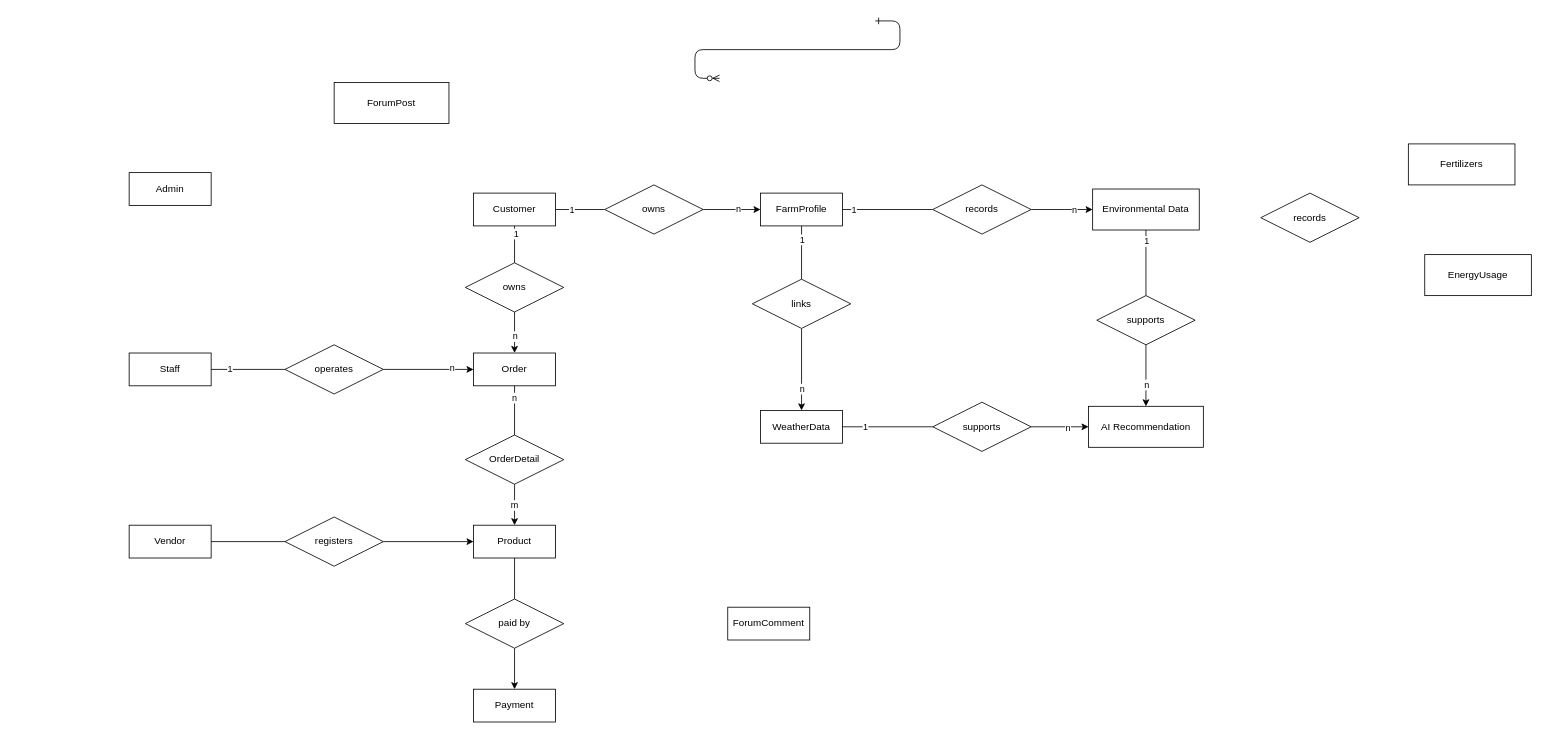
The draw.io diagram ERD_Verdant.drawio in VerdantTech-Solution/Documents, before the edit. Source tidied: cells renumbered, new cells numbered last; positions are measured from the earlier drawing's top-left corner, leaving out a move shared by most shapes. Both pictures are drawn from the tidied source at 82%, with x=0, y=0 at pixel (129, 20).
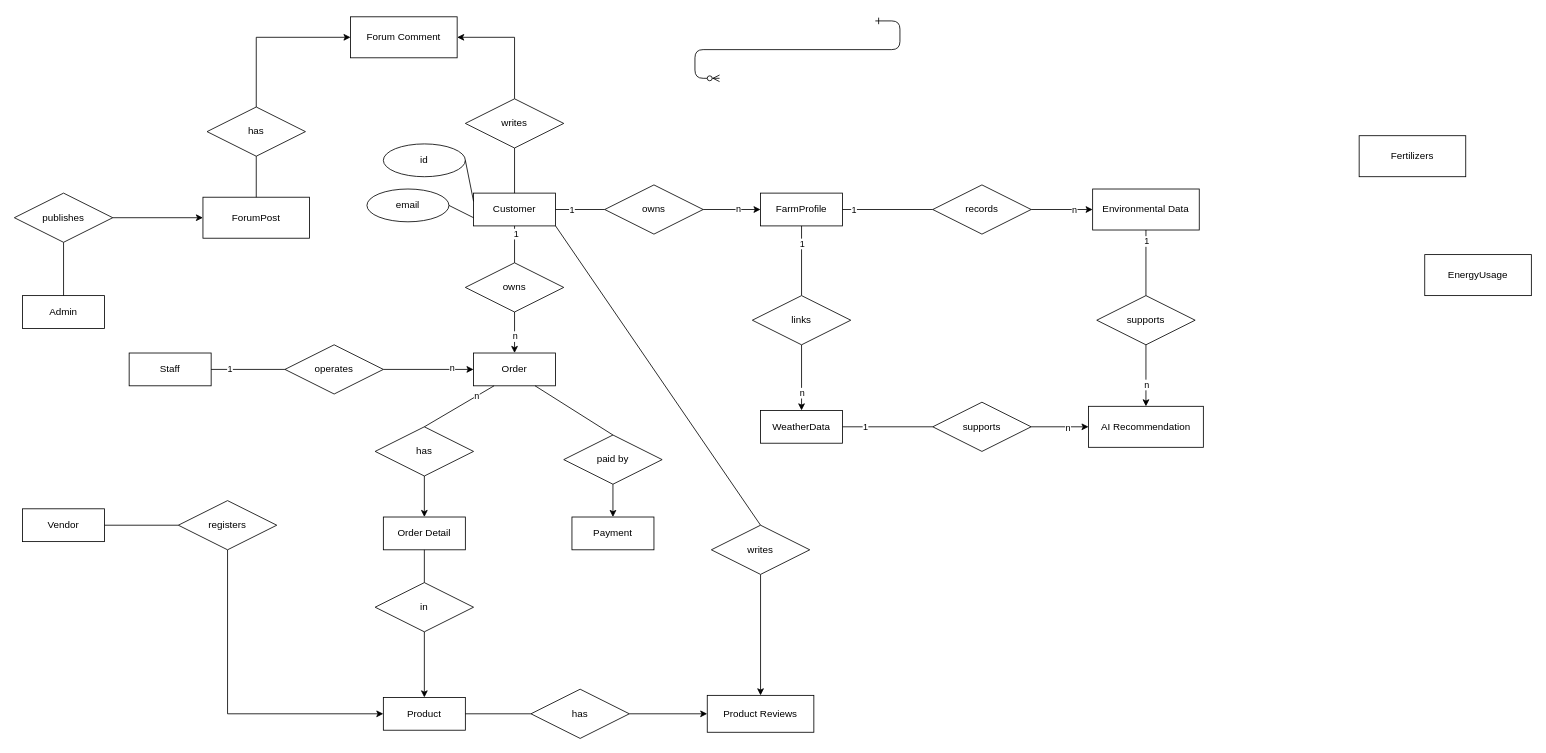
The same page after the edit.

Commit message:
Cập nhật ERD_Verdant.drawio

The change refers to these unchanged cells:
```xml
<mxCell id="3" value="Customer" style="whiteSpace=wrap;html=1;align=center;" parent="1" vertex="1">
  <mxGeometry x="420" y="210" width="100" height="40" as="geometry" />
</mxCell>
<mxCell id="7" value="Order" style="whiteSpace=wrap;html=1;align=center;" parent="1" vertex="1">
  <mxGeometry x="420" y="405" width="100" height="40" as="geometry" />
</mxCell>
```

The edit, as a diff of the source:
```diff
@@
     <mxCell id="4" value="Vendor" style="whiteSpace=wrap;html=1;align=center;" parent="1" vertex="1">
-      <mxGeometry y="615" width="100" height="40" as="geometry" />
+      <mxGeometry x="-130" y="595" width="100" height="40" as="geometry" />
     </mxCell>
@@
     <mxCell id="6" value="Product" style="whiteSpace=wrap;html=1;align=center;" parent="1" vertex="1">
-      <mxGeometry x="420" y="615" width="100" height="40" as="geometry" />
+      <mxGeometry x="310" y="825" width="100" height="40" as="geometry" />
     </mxCell>
@@
     <mxCell id="8" value="Payment" style="whiteSpace=wrap;html=1;align=center;" parent="1" vertex="1">
-      <mxGeometry x="420" y="815" width="100" height="40" as="geometry" />
+      <mxGeometry x="540" y="605" width="100" height="40" as="geometry" />
     </mxCell>
@@
     <mxCell id="12" value="ForumPost" style="whiteSpace=wrap;html=1;align=center;" parent="1" vertex="1">
-      <mxGeometry x="250" y="75" width="140" height="50" as="geometry" />
+      <mxGeometry x="90" y="215" width="130" height="50" as="geometry" />
     </mxCell>
@@
     <mxCell id="25" value="links" style="shape=rhombus;perimeter=rhombusPerimeter;whiteSpace=wrap;html=1;align=center;" parent="1" vertex="1">
-      <mxGeometry x="760" y="315" width="120" height="60" as="geometry" />
+      <mxGeometry x="760" y="335" width="120" height="60" as="geometry" />
     </mxCell>
@@
-    <mxCell id="36" style="edgeStyle=orthogonalEdgeStyle;rounded=0;jettySize=auto;html=1;exitX=0.5;exitY=1;exitDx=0;exitDy=0;" parent="1" edge="1" source="38" target="6">
-      <mxGeometry relative="1" as="geometry" />
-    </mxCell>
-    <mxCell id="37" value="m" style="edgeLabel;html=1;align=center;verticalAlign=middle;" parent="36" vertex="1">
-      <mxGeometry x="-0.02" y="-1" relative="1" as="geometry" />
-    </mxCell>
+    <mxCell id="65" style="edgeStyle=orthogonalEdgeStyle;rounded=0;jettySize=auto;html=1;exitX=0.5;exitY=1;exitDx=0;exitDy=0;entryX=0.5;entryY=0;entryDx=0;entryDy=0;" parent="1" edge="1" source="38" target="66">
+      <mxGeometry relative="1" as="geometry" />
+    </mxCell>
-    <mxCell id="38" value="OrderDetail" style="shape=rhombus;perimeter=rhombusPerimeter;whiteSpace=wrap;html=1;align=center;" parent="1" vertex="1">
-      <mxGeometry x="410" y="505" width="120" height="60" as="geometry" />
+    <mxCell id="38" value="has" style="shape=rhombus;perimeter=rhombusPerimeter;whiteSpace=wrap;html=1;align=center;" parent="1" vertex="1">
+      <mxGeometry x="300" y="495" width="120" height="60" as="geometry" />
     </mxCell>
-    <mxCell id="39" style="endArrow=none;html=1;rounded=0;exitX=0.5;exitY=1;exitDx=0;exitDy=0;entryX=0.5;entryY=0;entryDx=0;entryDy=0;" parent="1" edge="1" source="7" target="38">
+    <mxCell id="39" style="endArrow=none;html=1;rounded=0;exitX=0.25;exitY=1;exitDx=0;exitDy=0;entryX=0.5;entryY=0;entryDx=0;entryDy=0;" parent="1" edge="1" source="7" target="38">
       <mxGeometry relative="1" as="geometry" />
     </mxCell>
@@
     <mxCell id="42" value="paid by" style="shape=rhombus;perimeter=rhombusPerimeter;whiteSpace=wrap;html=1;align=center;" parent="1" vertex="1">
-      <mxGeometry x="410" y="705" width="120" height="60" as="geometry" />
+      <mxGeometry x="530" y="505" width="120" height="60" as="geometry" />
     </mxCell>
-    <mxCell id="43" style="endArrow=none;html=1;rounded=0;exitX=0.5;exitY=1;exitDx=0;exitDy=0;entryX=0.5;entryY=0;entryDx=0;entryDy=0;" parent="1" edge="1" source="6" target="42">
+    <mxCell id="43" style="endArrow=none;html=1;rounded=0;exitX=0.75;exitY=1;exitDx=0;exitDy=0;entryX=0.5;entryY=0;entryDx=0;entryDy=0;" parent="1" edge="1" source="7" target="42">
       <mxGeometry relative="1" as="geometry" />
     </mxCell>
-    <mxCell id="44" style="edgeStyle=orthogonalEdgeStyle;rounded=0;jettySize=auto;html=1;exitX=1;exitY=0.5;exitDx=0;exitDy=0;entryX=0;entryY=0.5;entryDx=0;entryDy=0;" parent="1" edge="1" source="45" target="6">
+    <mxCell id="44" style="edgeStyle=orthogonalEdgeStyle;rounded=0;jettySize=auto;html=1;exitX=0.5;exitY=1;exitDx=0;exitDy=0;entryX=0;entryY=0.5;entryDx=0;entryDy=0;" parent="1" edge="1" source="45" target="6">
       <mxGeometry relative="1" as="geometry" />
     </mxCell>
     <mxCell id="45" value="registers" style="shape=rhombus;perimeter=rhombusPerimeter;whiteSpace=wrap;html=1;align=center;" parent="1" vertex="1">
-      <mxGeometry x="190" y="605" width="120" height="60" as="geometry" />
+      <mxGeometry x="60" y="585" width="120" height="60" as="geometry" />
     </mxCell>
@@
     <mxCell id="58" value="Admin" style="whiteSpace=wrap;html=1;align=center;" parent="1" vertex="1">
-      <mxGeometry y="185" width="100" height="40" as="geometry" />
+      <mxGeometry x="-130" y="335" width="100" height="40" as="geometry" />
     </mxCell>
-    <mxCell id="59" value="ForumComment" style="whiteSpace=wrap;html=1;align=center;" parent="1" vertex="1">
-      <mxGeometry x="730" y="715" width="100" height="40" as="geometry" />
+    <mxCell id="59" value="Product Reviews" style="whiteSpace=wrap;html=1;align=center;" parent="1" vertex="1">
+      <mxGeometry x="705" y="822.5" width="130" height="45" as="geometry" />
     </mxCell>
@@
-    <mxCell id="62" value="records" style="shape=rhombus;perimeter=rhombusPerimeter;whiteSpace=wrap;html=1;align=center;" parent="1" vertex="1">
-      <mxGeometry x="1380" y="210" width="120" height="60" as="geometry" />
-    </mxCell>
     <mxCell id="63" value="Fertilizers" style="whiteSpace=wrap;html=1;align=center;" parent="1" vertex="1">
-      <mxGeometry x="1560" y="150" width="130" height="50" as="geometry" />
+      <mxGeometry x="1500" y="140" width="130" height="50" as="geometry" />
     </mxCell>
@@
+    <mxCell id="66" value="Order Detail" style="whiteSpace=wrap;html=1;align=center;" parent="1" vertex="1">
+      <mxGeometry x="310" y="605" width="100" height="40" as="geometry" />
+    </mxCell>
+    <mxCell id="67" style="edgeStyle=orthogonalEdgeStyle;rounded=0;jettySize=auto;html=1;exitX=0.5;exitY=1;exitDx=0;exitDy=0;" parent="1" edge="1" source="68" target="6">
+      <mxGeometry relative="1" as="geometry" />
+    </mxCell>
+    <mxCell id="68" value="in" style="shape=rhombus;perimeter=rhombusPerimeter;whiteSpace=wrap;html=1;align=center;" parent="1" vertex="1">
+      <mxGeometry x="300" y="685" width="120" height="60" as="geometry" />
+    </mxCell>
+    <mxCell id="69" style="endArrow=none;html=1;rounded=0;exitX=0.5;exitY=1;exitDx=0;exitDy=0;" parent="1" edge="1" source="66" target="68">
+      <mxGeometry relative="1" as="geometry" />
+    </mxCell>
+    <mxCell id="70" style="edgeStyle=orthogonalEdgeStyle;rounded=0;jettySize=auto;html=1;exitX=0.5;exitY=1;exitDx=0;exitDy=0;entryX=0.5;entryY=0;entryDx=0;entryDy=0;" parent="1" edge="1" source="71" target="59">
+      <mxGeometry relative="1" as="geometry" />
+    </mxCell>
+    <mxCell id="71" value="writes" style="shape=rhombus;perimeter=rhombusPerimeter;whiteSpace=wrap;html=1;align=center;" parent="1" vertex="1">
+      <mxGeometry x="710" y="615" width="120" height="60" as="geometry" />
+    </mxCell>
+    <mxCell id="72" style="endArrow=none;html=1;rounded=0;exitX=0.5;exitY=0;exitDx=0;exitDy=0;entryX=1;entryY=1;entryDx=0;entryDy=0;" parent="1" edge="1" source="71" target="3">
+      <mxGeometry relative="1" as="geometry" />
+    </mxCell>
+    <mxCell id="73" style="edgeStyle=orthogonalEdgeStyle;rounded=0;jettySize=auto;html=1;exitX=1;exitY=0.5;exitDx=0;exitDy=0;entryX=0;entryY=0.5;entryDx=0;entryDy=0;" parent="1" edge="1" source="74" target="59">
+      <mxGeometry relative="1" as="geometry" />
+    </mxCell>
+    <mxCell id="74" value="has" style="shape=rhombus;perimeter=rhombusPerimeter;whiteSpace=wrap;html=1;align=center;" parent="1" vertex="1">
+      <mxGeometry x="490" y="815" width="120" height="60" as="geometry" />
+    </mxCell>
+    <mxCell id="75" style="endArrow=none;html=1;rounded=0;exitX=1;exitY=0.5;exitDx=0;exitDy=0;entryX=0;entryY=0.5;entryDx=0;entryDy=0;" parent="1" edge="1" source="6" target="74">
+      <mxGeometry relative="1" as="geometry" />
+    </mxCell>
+    <mxCell id="76" style="endArrow=none;html=1;rounded=0;exitX=0.5;exitY=0;exitDx=0;exitDy=0;entryX=0.5;entryY=1;entryDx=0;entryDy=0;" parent="1" edge="1" source="58" target="78">
+      <mxGeometry relative="1" as="geometry" />
+    </mxCell>
+    <mxCell id="77" style="edgeStyle=orthogonalEdgeStyle;rounded=0;jettySize=auto;html=1;exitX=1;exitY=0.5;exitDx=0;exitDy=0;entryX=0;entryY=0.5;entryDx=0;entryDy=0;" parent="1" edge="1" source="78" target="12">
+      <mxGeometry relative="1" as="geometry" />
+    </mxCell>
+    <mxCell id="78" value="publishes" style="shape=rhombus;perimeter=rhombusPerimeter;whiteSpace=wrap;html=1;align=center;" parent="1" vertex="1">
+      <mxGeometry x="-140" y="210" width="120" height="60" as="geometry" />
+    </mxCell>
+    <mxCell id="79" value="Forum Comment" style="whiteSpace=wrap;html=1;align=center;" parent="1" vertex="1">
+      <mxGeometry x="270" y="-5" width="130" height="50" as="geometry" />
+    </mxCell>
+    <mxCell id="80" style="edgeStyle=orthogonalEdgeStyle;rounded=0;jettySize=auto;html=1;exitX=0.5;exitY=0;exitDx=0;exitDy=0;entryX=0;entryY=0.5;entryDx=0;entryDy=0;" parent="1" edge="1" source="81" target="79">
+      <mxGeometry relative="1" as="geometry" />
+    </mxCell>
+    <mxCell id="81" value="has" style="shape=rhombus;perimeter=rhombusPerimeter;whiteSpace=wrap;html=1;align=center;" parent="1" vertex="1">
+      <mxGeometry x="95" y="105" width="120" height="60" as="geometry" />
+    </mxCell>
+    <mxCell id="82" style="endArrow=none;html=1;rounded=0;exitX=0.5;exitY=0;exitDx=0;exitDy=0;entryX=0.5;entryY=1;entryDx=0;entryDy=0;" parent="1" edge="1" source="12" target="81">
+      <mxGeometry relative="1" as="geometry" />
+    </mxCell>
+    <mxCell id="83" style="edgeStyle=orthogonalEdgeStyle;rounded=0;jettySize=auto;html=1;exitX=0.5;exitY=0;exitDx=0;exitDy=0;entryX=1;entryY=0.5;entryDx=0;entryDy=0;" parent="1" edge="1" source="84" target="79">
+      <mxGeometry relative="1" as="geometry" />
+    </mxCell>
+    <mxCell id="84" value="writes" style="shape=rhombus;perimeter=rhombusPerimeter;whiteSpace=wrap;html=1;align=center;" parent="1" vertex="1">
+      <mxGeometry x="410" y="95" width="120" height="60" as="geometry" />
+    </mxCell>
+    <mxCell id="85" style="endArrow=none;html=1;rounded=0;entryX=0.5;entryY=1;entryDx=0;entryDy=0;exitX=0.5;exitY=0;exitDx=0;exitDy=0;" parent="1" edge="1" source="3" target="84">
+      <mxGeometry relative="1" as="geometry" />
+    </mxCell>
+    <mxCell id="86" value="id" style="ellipse;whiteSpace=wrap;html=1;align=center;" parent="1" vertex="1">
+      <mxGeometry x="310" y="150" width="100" height="40" as="geometry" />
+    </mxCell>
+    <mxCell id="87" style="endArrow=none;html=1;rounded=0;exitX=1;exitY=0.5;exitDx=0;exitDy=0;entryX=0;entryY=0.25;entryDx=0;entryDy=0;" parent="1" edge="1" source="86" target="3">
+      <mxGeometry relative="1" as="geometry" />
+    </mxCell>
+    <mxCell id="88" value="email" style="ellipse;whiteSpace=wrap;html=1;align=center;" parent="1" vertex="1">
+      <mxGeometry x="290" y="205" width="100" height="40" as="geometry" />
+    </mxCell>
+    <mxCell id="89" style="endArrow=none;html=1;rounded=0;exitX=1;exitY=0.5;exitDx=0;exitDy=0;entryX=0;entryY=0.75;entryDx=0;entryDy=0;" parent="1" edge="1" source="88" target="3">
+      <mxGeometry relative="1" as="geometry" />
+    </mxCell>
```
